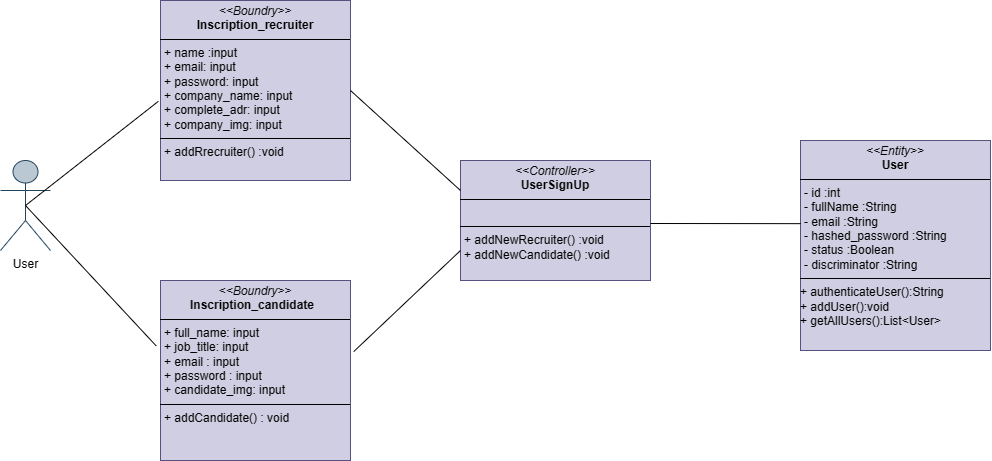
Before: Diagramme de classe inscription.png, a diagram exported from draw.io (chirine1/-project). Source tidied: cells renumbered, new cells last; positions are measured from the earlier drawing's top-left corner, leaving out a move shared by most shapes.
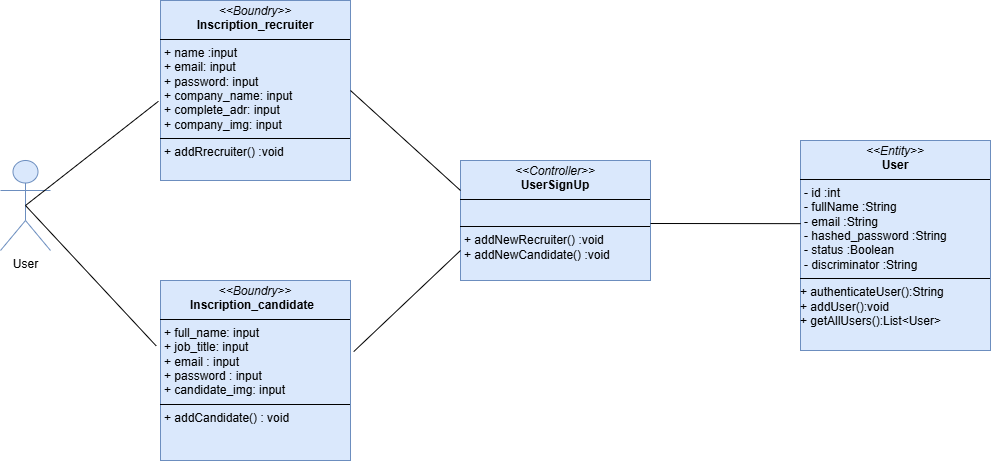
The same diagram one commit later.

Commit message:
Mettre à jour Diagramme de classe inscription.png

What changed in the source:
```diff
@@ -2,22 +2,22 @@
   <root>
     <mxCell id="0" />
     <mxCell id="1" parent="0" />
-    <mxCell id="2" value="User" style="shape=umlActor;verticalLabelPosition=bottom;verticalAlign=top;html=1;outlineConnect=0;fillColor=#bac8d3;strokeColor=#23445d;" parent="1" vertex="1">
+    <mxCell id="2" value="User" style="shape=umlActor;verticalLabelPosition=bottom;verticalAlign=top;html=1;outlineConnect=0;fillColor=#dae8fc;strokeColor=#6c8ebf;" parent="1" vertex="1">
       <mxGeometry y="160" width="50" height="90" as="geometry" />
     </mxCell>
-    <mxCell id="3" value="&lt;p style=&quot;margin:0px;margin-top:4px;text-align:center;&quot;&gt;&lt;i&gt;&amp;lt;&amp;lt;Entity&amp;gt;&amp;gt;&lt;/i&gt;&lt;br&gt;&lt;b&gt;User&lt;/b&gt;&lt;/p&gt;&lt;hr size=&quot;1&quot; style=&quot;border-style:solid;&quot;&gt;&lt;p style=&quot;margin:0px;margin-left:4px;&quot;&gt;&lt;span style=&quot;background-color: initial;&quot;&gt;- id :int&lt;/span&gt;&lt;/p&gt;&lt;p style=&quot;margin:0px;margin-left:4px;&quot;&gt;&lt;span style=&quot;text-wrap: nowrap;&quot;&gt;- fullName :String&lt;/span&gt;&lt;span style=&quot;background-color: initial;&quot;&gt;&lt;br&gt;&lt;/span&gt;&lt;/p&gt;&lt;p style=&quot;margin:0px;margin-left:4px;&quot;&gt;&lt;span style=&quot;text-wrap: nowrap;&quot;&gt;- email :String&lt;/span&gt;&lt;span style=&quot;text-wrap: nowrap;&quot;&gt;&lt;br&gt;&lt;/span&gt;&lt;/p&gt;&lt;p style=&quot;margin:0px;margin-left:4px;&quot;&gt;&lt;span style=&quot;text-wrap: nowrap;&quot;&gt;- hashed_password :String&lt;/span&gt;&lt;span style=&quot;text-wrap: nowrap;&quot;&gt;&lt;br&gt;&lt;/span&gt;&lt;/p&gt;&lt;p style=&quot;margin:0px;margin-left:4px;&quot;&gt;&lt;span style=&quot;text-wrap: nowrap;&quot;&gt;- status :Boolean&lt;/span&gt;&lt;span style=&quot;text-wrap: nowrap;&quot;&gt;&lt;br&gt;&lt;/span&gt;&lt;/p&gt;&lt;p style=&quot;margin:0px;margin-left:4px;&quot;&gt;&lt;span style=&quot;text-wrap: nowrap;&quot;&gt;- discriminator :String&lt;/span&gt;&lt;span style=&quot;text-wrap: nowrap;&quot;&gt;&lt;br&gt;&lt;/span&gt;&lt;/p&gt;&lt;hr size=&quot;1&quot; style=&quot;border-style:solid;&quot;&gt;&lt;div&gt;&lt;span style=&quot;background-color: initial;&quot;&gt;+ authenticateUser():String&lt;/span&gt;&lt;/div&gt;&lt;div&gt;+ addUser():void&lt;/div&gt;&lt;div&gt;+ getAllUsers():List&amp;lt;User&amp;gt;&lt;/div&gt;&lt;div&gt;&lt;br style=&quot;text-wrap: nowrap;&quot;&gt;&lt;/div&gt;" style="verticalAlign=top;align=left;overflow=fill;html=1;whiteSpace=wrap;fillColor=#d0cee2;strokeColor=#56517e;" parent="1" vertex="1">
+    <mxCell id="3" value="&lt;p style=&quot;margin:0px;margin-top:4px;text-align:center;&quot;&gt;&lt;i&gt;&amp;lt;&amp;lt;Entity&amp;gt;&amp;gt;&lt;/i&gt;&lt;br&gt;&lt;b&gt;User&lt;/b&gt;&lt;/p&gt;&lt;hr size=&quot;1&quot; style=&quot;border-style:solid;&quot;&gt;&lt;p style=&quot;margin:0px;margin-left:4px;&quot;&gt;&lt;span style=&quot;background-color: initial;&quot;&gt;- id :int&lt;/span&gt;&lt;/p&gt;&lt;p style=&quot;margin:0px;margin-left:4px;&quot;&gt;&lt;span style=&quot;text-wrap: nowrap;&quot;&gt;- fullName :String&lt;/span&gt;&lt;span style=&quot;background-color: initial;&quot;&gt;&lt;br&gt;&lt;/span&gt;&lt;/p&gt;&lt;p style=&quot;margin:0px;margin-left:4px;&quot;&gt;&lt;span style=&quot;text-wrap: nowrap;&quot;&gt;- email :String&lt;/span&gt;&lt;span style=&quot;text-wrap: nowrap;&quot;&gt;&lt;br&gt;&lt;/span&gt;&lt;/p&gt;&lt;p style=&quot;margin:0px;margin-left:4px;&quot;&gt;&lt;span style=&quot;text-wrap: nowrap;&quot;&gt;- hashed_password :String&lt;/span&gt;&lt;span style=&quot;text-wrap: nowrap;&quot;&gt;&lt;br&gt;&lt;/span&gt;&lt;/p&gt;&lt;p style=&quot;margin:0px;margin-left:4px;&quot;&gt;&lt;span style=&quot;text-wrap: nowrap;&quot;&gt;- status :Boolean&lt;/span&gt;&lt;span style=&quot;text-wrap: nowrap;&quot;&gt;&lt;br&gt;&lt;/span&gt;&lt;/p&gt;&lt;p style=&quot;margin:0px;margin-left:4px;&quot;&gt;&lt;span style=&quot;text-wrap: nowrap;&quot;&gt;- discriminator :String&lt;/span&gt;&lt;span style=&quot;text-wrap: nowrap;&quot;&gt;&lt;br&gt;&lt;/span&gt;&lt;/p&gt;&lt;hr size=&quot;1&quot; style=&quot;border-style:solid;&quot;&gt;&lt;div&gt;&lt;span style=&quot;background-color: initial;&quot;&gt;+ authenticateUser():String&lt;/span&gt;&lt;/div&gt;&lt;div&gt;+ addUser():void&lt;/div&gt;&lt;div&gt;+ getAllUsers():List&amp;lt;User&amp;gt;&lt;/div&gt;&lt;div&gt;&lt;br style=&quot;text-wrap: nowrap;&quot;&gt;&lt;/div&gt;" style="verticalAlign=top;align=left;overflow=fill;html=1;whiteSpace=wrap;fillColor=#dae8fc;strokeColor=#6c8ebf;" parent="1" vertex="1">
       <mxGeometry x="800" y="140" width="190" height="210" as="geometry" />
     </mxCell>
-    <mxCell id="4" value="&lt;p style=&quot;margin:0px;margin-top:4px;text-align:center;&quot;&gt;&amp;lt;&lt;i style=&quot;background-color: initial;&quot;&gt;&amp;lt;Boundry&amp;gt;&amp;gt;&lt;/i&gt;&lt;br&gt;&lt;/p&gt;&lt;b style=&quot;text-align: center;&quot;&gt;&amp;nbsp; &amp;nbsp; &amp;nbsp; &amp;nbsp; &amp;nbsp;Inscription_candidate&lt;/b&gt;&lt;hr size=&quot;1&quot; style=&quot;border-style:solid;&quot;&gt;&lt;p style=&quot;margin:0px;margin-left:4px;&quot;&gt;+ full_name: input&lt;/p&gt;&lt;p style=&quot;margin:0px;margin-left:4px;&quot;&gt;+ job_title: input&lt;/p&gt;&lt;p style=&quot;margin:0px;margin-left:4px;&quot;&gt;+ email : input&lt;br&gt;+ password : input&lt;br&gt;&lt;/p&gt;&lt;p style=&quot;margin:0px;margin-left:4px;&quot;&gt;+ candidate_img: input&lt;/p&gt;&lt;hr size=&quot;1&quot; style=&quot;border-style:solid;&quot;&gt;&lt;p style=&quot;margin:0px;margin-left:4px;&quot;&gt;+ addCandidate() : void&lt;/p&gt;" style="verticalAlign=top;align=left;overflow=fill;html=1;whiteSpace=wrap;fillColor=#d0cee2;strokeColor=#56517e;" parent="1" vertex="1">
+    <mxCell id="4" value="&lt;p style=&quot;margin:0px;margin-top:4px;text-align:center;&quot;&gt;&amp;lt;&lt;i style=&quot;background-color: initial;&quot;&gt;&amp;lt;Boundry&amp;gt;&amp;gt;&lt;/i&gt;&lt;br&gt;&lt;/p&gt;&lt;b style=&quot;text-align: center;&quot;&gt;&amp;nbsp; &amp;nbsp; &amp;nbsp; &amp;nbsp; &amp;nbsp;Inscription_candidate&lt;/b&gt;&lt;hr size=&quot;1&quot; style=&quot;border-style:solid;&quot;&gt;&lt;p style=&quot;margin:0px;margin-left:4px;&quot;&gt;+ full_name: input&lt;/p&gt;&lt;p style=&quot;margin:0px;margin-left:4px;&quot;&gt;+ job_title: input&lt;/p&gt;&lt;p style=&quot;margin:0px;margin-left:4px;&quot;&gt;+ email : input&lt;br&gt;+ password : input&lt;br&gt;&lt;/p&gt;&lt;p style=&quot;margin:0px;margin-left:4px;&quot;&gt;+ candidate_img: input&lt;/p&gt;&lt;hr size=&quot;1&quot; style=&quot;border-style:solid;&quot;&gt;&lt;p style=&quot;margin:0px;margin-left:4px;&quot;&gt;+ addCandidate() : void&lt;/p&gt;" style="verticalAlign=top;align=left;overflow=fill;html=1;whiteSpace=wrap;fillColor=#dae8fc;strokeColor=#6c8ebf;" parent="1" vertex="1">
       <mxGeometry x="160" y="280" width="190" height="180" as="geometry" />
     </mxCell>
-    <mxCell id="5" value="&lt;p style=&quot;margin:0px;margin-top:4px;text-align:center;&quot;&gt;&lt;i&gt;&amp;lt;&amp;lt;Boundry&amp;gt;&amp;gt;&lt;/i&gt;&lt;br&gt;&lt;b&gt;Inscription_recruiter&lt;/b&gt;&lt;/p&gt;&lt;hr size=&quot;1&quot; style=&quot;border-style:solid;&quot;&gt;&lt;p style=&quot;margin:0px;margin-left:4px;&quot;&gt;+ name :input&lt;/p&gt;&lt;p style=&quot;margin:0px;margin-left:4px;&quot;&gt;+ email: input&lt;/p&gt;&lt;p style=&quot;margin:0px;margin-left:4px;&quot;&gt;+ password: input&lt;/p&gt;&lt;p style=&quot;margin:0px;margin-left:4px;&quot;&gt;+ company_name: input&lt;/p&gt;&lt;p style=&quot;margin:0px;margin-left:4px;&quot;&gt;+ complete_adr: input&lt;/p&gt;&lt;p style=&quot;margin:0px;margin-left:4px;&quot;&gt;+ company_img: input&lt;/p&gt;&lt;hr size=&quot;1&quot; style=&quot;border-style:solid;&quot;&gt;&lt;p style=&quot;margin:0px;margin-left:4px;&quot;&gt;+ addRrecruiter() :void&lt;/p&gt;" style="verticalAlign=top;align=left;overflow=fill;html=1;whiteSpace=wrap;fillColor=#d0cee2;strokeColor=#56517e;" parent="1" vertex="1">
+    <mxCell id="5" value="&lt;p style=&quot;margin:0px;margin-top:4px;text-align:center;&quot;&gt;&lt;i&gt;&amp;lt;&amp;lt;Boundry&amp;gt;&amp;gt;&lt;/i&gt;&lt;br&gt;&lt;b&gt;Inscription_recruiter&lt;/b&gt;&lt;/p&gt;&lt;hr size=&quot;1&quot; style=&quot;border-style:solid;&quot;&gt;&lt;p style=&quot;margin:0px;margin-left:4px;&quot;&gt;+ name :input&lt;/p&gt;&lt;p style=&quot;margin:0px;margin-left:4px;&quot;&gt;+ email: input&lt;/p&gt;&lt;p style=&quot;margin:0px;margin-left:4px;&quot;&gt;+ password: input&lt;/p&gt;&lt;p style=&quot;margin:0px;margin-left:4px;&quot;&gt;+ company_name: input&lt;/p&gt;&lt;p style=&quot;margin:0px;margin-left:4px;&quot;&gt;+ complete_adr: input&lt;/p&gt;&lt;p style=&quot;margin:0px;margin-left:4px;&quot;&gt;+ company_img: input&lt;/p&gt;&lt;hr size=&quot;1&quot; style=&quot;border-style:solid;&quot;&gt;&lt;p style=&quot;margin:0px;margin-left:4px;&quot;&gt;+ addRrecruiter() :void&lt;/p&gt;" style="verticalAlign=top;align=left;overflow=fill;html=1;whiteSpace=wrap;fillColor=#dae8fc;strokeColor=#6c8ebf;" parent="1" vertex="1">
       <mxGeometry x="160" width="190" height="180" as="geometry" />
     </mxCell>
     <mxCell id="6" style="rounded=0;jettySize=auto;html=1;entryX=-0.011;entryY=0.56;entryDx=0;entryDy=0;entryPerimeter=0;endArrow=none;endFill=0;exitX=0.5;exitY=0.5;exitDx=0;exitDy=0;exitPerimeter=0;" parent="1" edge="1" source="2" target="5">
       <mxGeometry relative="1" as="geometry" />
     </mxCell>
-    <mxCell id="7" value="&lt;p style=&quot;margin:0px;margin-top:4px;text-align:center;&quot;&gt;&lt;i&gt;&amp;lt;&amp;lt;Controller&amp;gt;&amp;gt;&lt;/i&gt;&lt;br&gt;&lt;b&gt;UserSignUp&lt;/b&gt;&lt;/p&gt;&lt;hr size=&quot;1&quot; style=&quot;border-style:solid;&quot;&gt;&lt;p style=&quot;margin:0px;margin-left:4px;&quot;&gt;&lt;br&gt;&lt;/p&gt;&lt;hr size=&quot;1&quot; style=&quot;border-style:solid;&quot;&gt;&lt;p style=&quot;margin:0px;margin-left:4px;&quot;&gt;+ addNewRecruiter() :void&lt;/p&gt;&lt;p style=&quot;margin:0px;margin-left:4px;&quot;&gt;+ addNewCandidate() :void&lt;br&gt;&lt;/p&gt;" style="verticalAlign=top;align=left;overflow=fill;html=1;whiteSpace=wrap;fillColor=#d0cee2;strokeColor=#56517e;" parent="1" vertex="1">
+    <mxCell id="7" value="&lt;p style=&quot;margin:0px;margin-top:4px;text-align:center;&quot;&gt;&lt;i&gt;&amp;lt;&amp;lt;Controller&amp;gt;&amp;gt;&lt;/i&gt;&lt;br&gt;&lt;b&gt;UserSignUp&lt;/b&gt;&lt;/p&gt;&lt;hr size=&quot;1&quot; style=&quot;border-style:solid;&quot;&gt;&lt;p style=&quot;margin:0px;margin-left:4px;&quot;&gt;&lt;br&gt;&lt;/p&gt;&lt;hr size=&quot;1&quot; style=&quot;border-style:solid;&quot;&gt;&lt;p style=&quot;margin:0px;margin-left:4px;&quot;&gt;+ addNewRecruiter() :void&lt;/p&gt;&lt;p style=&quot;margin:0px;margin-left:4px;&quot;&gt;+ addNewCandidate() :void&lt;br&gt;&lt;/p&gt;" style="verticalAlign=top;align=left;overflow=fill;html=1;whiteSpace=wrap;fillColor=#dae8fc;strokeColor=#6c8ebf;" parent="1" vertex="1">
       <mxGeometry x="460" y="160" width="190" height="120" as="geometry" />
     </mxCell>
     <mxCell id="8" style="rounded=0;jettySize=auto;html=1;entryX=0.5;entryY=0.5;entryDx=0;entryDy=0;entryPerimeter=0;endArrow=none;endFill=0;exitX=-0.023;exitY=0.363;exitDx=0;exitDy=0;exitPerimeter=0;" parent="1" edge="1" source="4" target="2">
```
